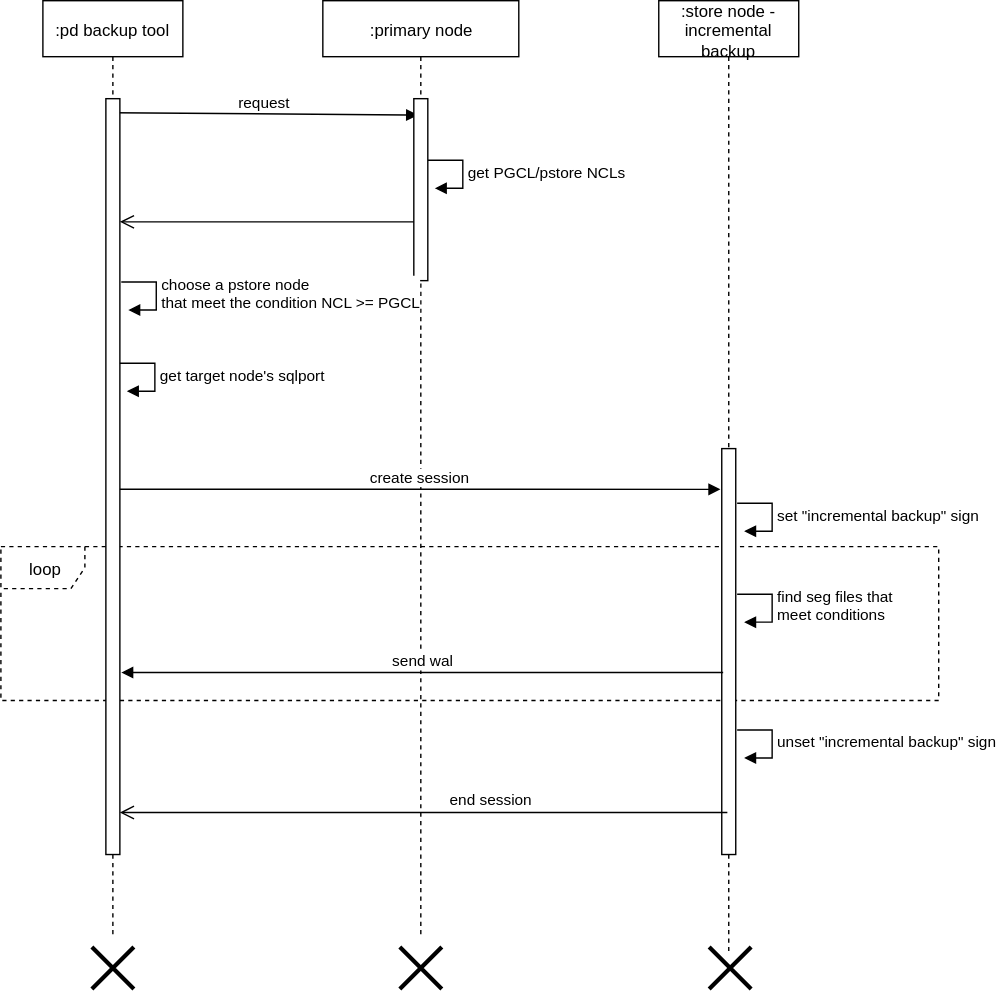
Earlier version of the draw.io export attachments/1648606565569.drawio.svg (simbahebinbo/smallfat.github.io). Source tidied: cells renumbered, new cells last; positions are measured from the earlier drawing's top-left corner, leaving out a move shared by most shapes.
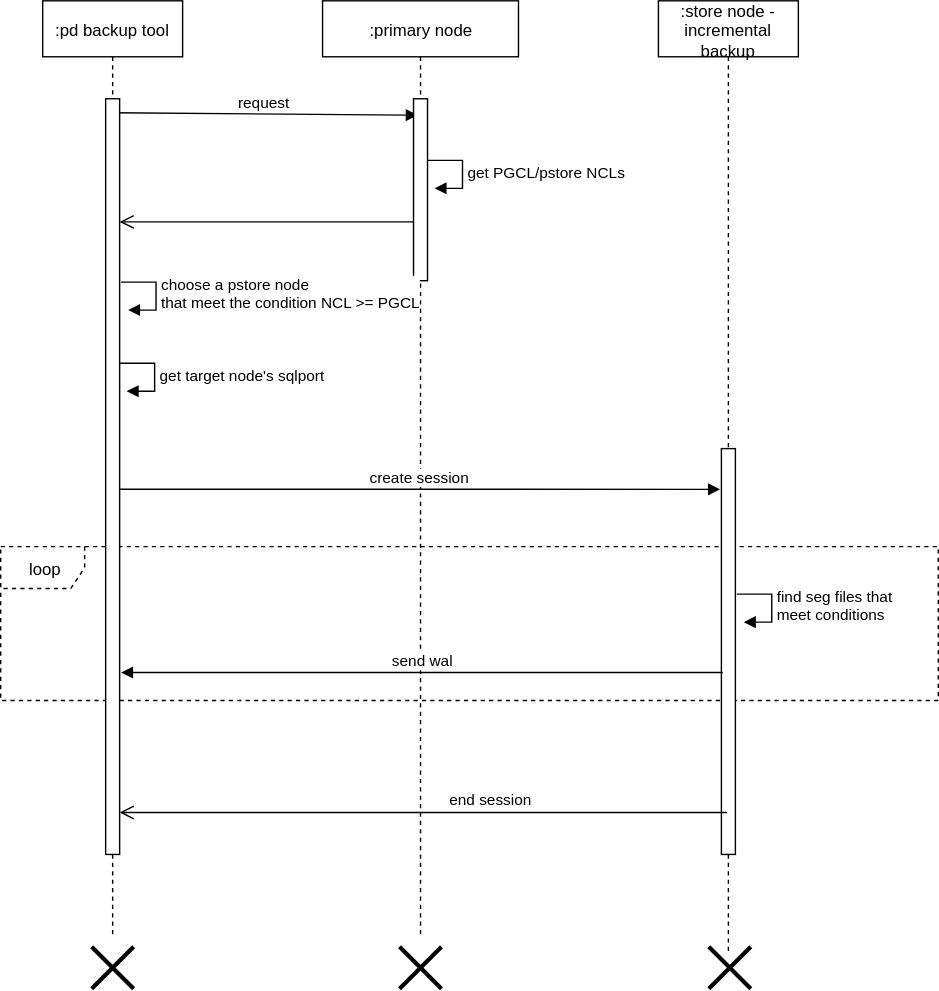
After the commit.

Commit message:
添加附件 : attachments/1648606565569.drawio.svg

Diff of the diagram source:
```diff
@@ -79,24 +79,6 @@
         </Array>
       </mxGeometry>
     </mxCell>
-    <mxCell id="19" value="set &quot;incremental backup&quot; sign" style="edgeStyle=orthogonalEdgeStyle;html=1;align=left;spacingLeft=2;endArrow=block;rounded=0;entryX=1;entryY=0;" parent="1" edge="1">
-      <mxGeometry relative="1" as="geometry">
-        <mxPoint x="526" y="359" as="sourcePoint" />
-        <mxPoint x="531" y="379" as="targetPoint" />
-        <Array as="points">
-          <mxPoint x="551" y="359" />
-        </Array>
-      </mxGeometry>
-    </mxCell>
-    <mxCell id="20" value="unset &quot;incremental backup&quot; sign" style="edgeStyle=orthogonalEdgeStyle;html=1;align=left;spacingLeft=2;endArrow=block;rounded=0;entryX=1;entryY=0;" parent="1" edge="1">
-      <mxGeometry relative="1" as="geometry">
-        <mxPoint x="526" y="521" as="sourcePoint" />
-        <mxPoint x="531" y="541" as="targetPoint" />
-        <Array as="points">
-          <mxPoint x="551" y="521" />
-        </Array>
-      </mxGeometry>
-    </mxCell>
     <mxCell id="21" value="find seg files that &lt;br&gt;meet conditions" style="edgeStyle=orthogonalEdgeStyle;html=1;align=left;spacingLeft=2;endArrow=block;rounded=0;entryX=1;entryY=0;" parent="1" edge="1">
       <mxGeometry relative="1" as="geometry">
         <mxPoint x="526" y="424" as="sourcePoint" />
```
